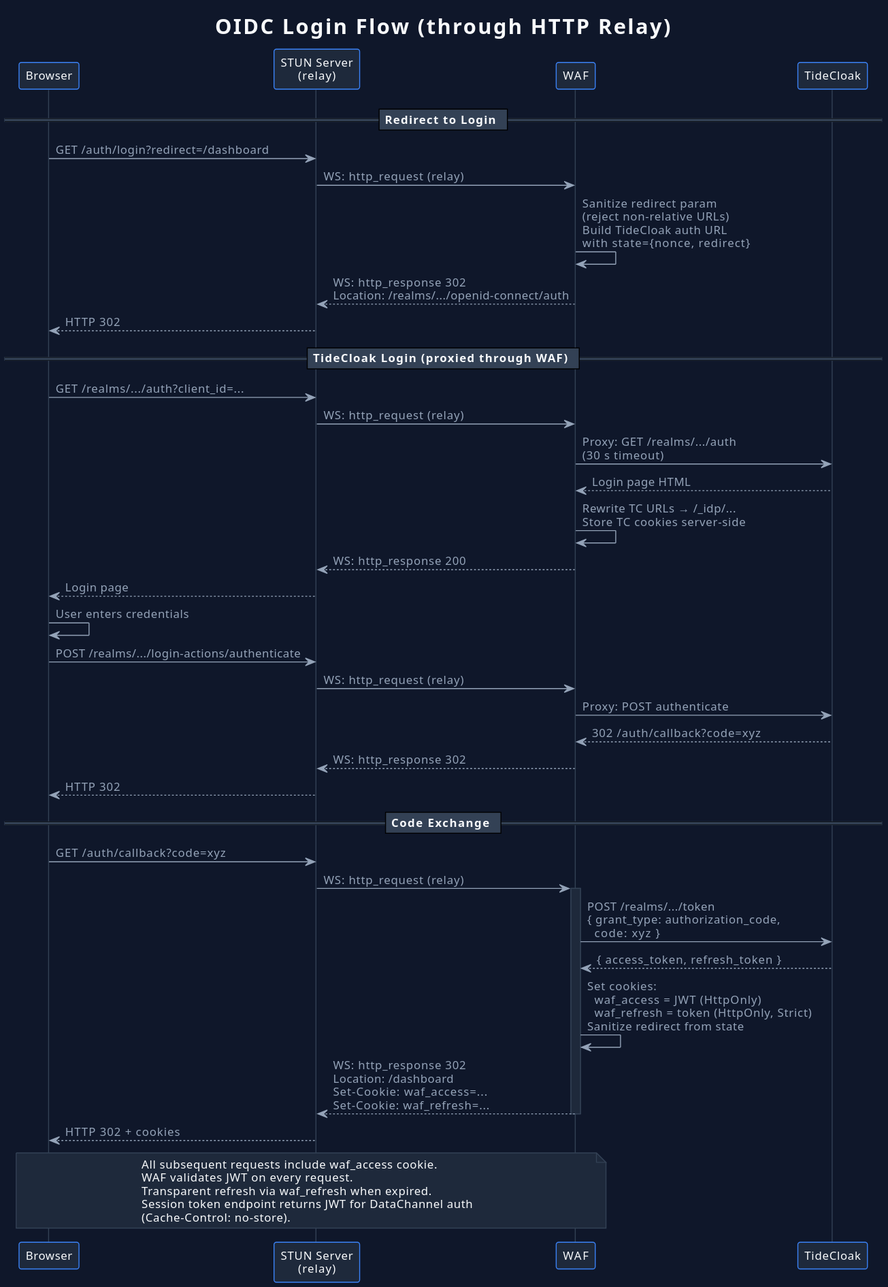
Earlier version of the PlantUML export bridges/punchd-bridge/docs/diagrams/oidc-login.svg (tide-foundation/keylessh-m2).
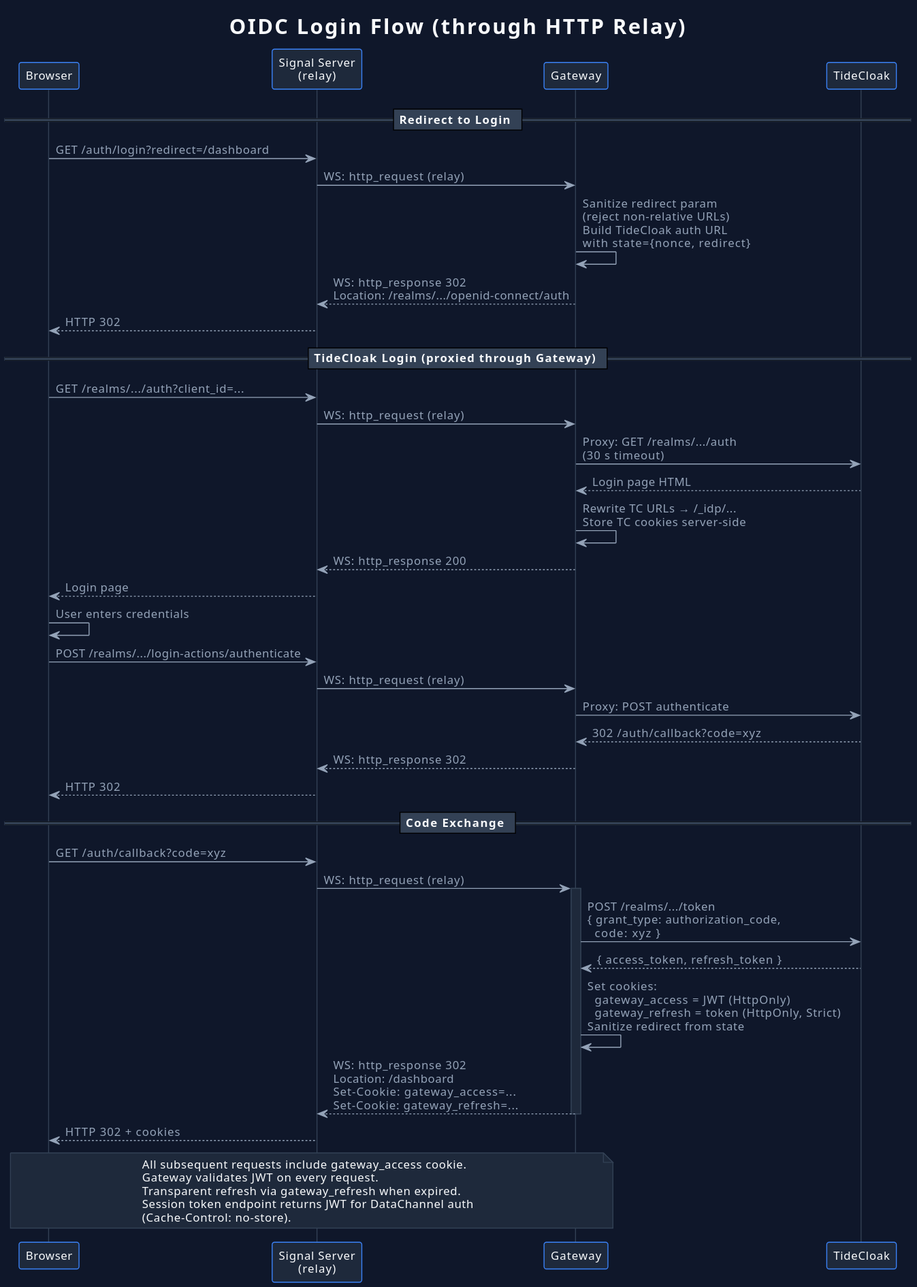
After the commit.

Diff of the diagram source:
```diff
@@ -22,57 +22,57 @@
 }
 
 participant "Browser" as browser #1e293b
-participant "STUN Server\n(relay)" as stun #1e293b
-participant "WAF" as waf #1e293b
+participant "Signal Server\n(relay)" as stun #1e293b
+participant "Gateway" as gw #1e293b
 participant "TideCloak" as tc #1e293b
 
 == Redirect to Login ==
 
 browser -> stun : GET /auth/login?redirect=/dashboard
-stun -> waf : WS: http_request (relay)
-waf -> waf : Sanitize redirect param\n(reject non-relative URLs)\nBuild TideCloak auth URL\nwith state={nonce, redirect}
-waf --> stun : WS: http_response 302\nLocation: /realms/.../openid-connect/auth
+stun -> gw : WS: http_request (relay)
+gw -> gw : Sanitize redirect param\n(reject non-relative URLs)\nBuild TideCloak auth URL\nwith state={nonce, redirect}
+gw --> stun : WS: http_response 302\nLocation: /realms/.../openid-connect/auth
 stun --> browser : HTTP 302
 
-== TideCloak Login (proxied through WAF) ==
+== TideCloak Login (proxied through Gateway) ==
 
 browser -> stun : GET /realms/.../auth?client_id=...
-stun -> waf : WS: http_request (relay)
-waf -> tc : Proxy: GET /realms/.../auth\n(30 s timeout)
-tc --> waf : Login page HTML
-waf -> waf : Rewrite TC URLs → /_idp/...\nStore TC cookies server-side
-waf --> stun : WS: http_response 200
+stun -> gw : WS: http_request (relay)
+gw -> tc : Proxy: GET /realms/.../auth\n(30 s timeout)
+tc --> gw : Login page HTML
+gw -> gw : Rewrite TC URLs → /_idp/...\nStore TC cookies server-side
+gw --> stun : WS: http_response 200
 stun --> browser : Login page
 
 browser -> browser : User enters credentials
 
 browser -> stun : POST /realms/.../login-actions/authenticate
-stun -> waf : WS: http_request (relay)
-waf -> tc : Proxy: POST authenticate
-tc --> waf : 302 /auth/callback?code=xyz
-waf --> stun : WS: http_response 302
+stun -> gw : WS: http_request (relay)
+gw -> tc : Proxy: POST authenticate
+tc --> gw : 302 /auth/callback?code=xyz
+gw --> stun : WS: http_response 302
 stun --> browser : HTTP 302
 
 == Code Exchange ==
 
 browser -> stun : GET /auth/callback?code=xyz
-stun -> waf : WS: http_request (relay)
-activate waf
+stun -> gw : WS: http_request (relay)
+activate gw
 
-waf -> tc : POST /realms/.../token\n{ grant_type: authorization_code,\n  code: xyz }
-tc --> waf : { access_token, refresh_token }
+gw -> tc : POST /realms/.../token\n{ grant_type: authorization_code,\n  code: xyz }
+tc --> gw : { access_token, refresh_token }
 
-waf -> waf : Set cookies:\n  waf_access = JWT (HttpOnly)\n  waf_refresh = token (HttpOnly, Strict)\nSanitize redirect from state
+gw -> gw : Set cookies:\n  gateway_access = JWT (HttpOnly)\n  gateway_refresh = token (HttpOnly, Strict)\nSanitize redirect from state
 
-waf --> stun : WS: http_response 302\nLocation: /dashboard\nSet-Cookie: waf_access=...\nSet-Cookie: waf_refresh=...
-deactivate waf
+gw --> stun : WS: http_response 302\nLocation: /dashboard\nSet-Cookie: gateway_access=...\nSet-Cookie: gateway_refresh=...
+deactivate gw
 
 stun --> browser : HTTP 302 + cookies
 
-note over browser, waf
-  All subsequent requests include waf_access cookie.
-  WAF validates JWT on every request.
-  Transparent refresh via waf_refresh when expired.
+note over browser, gw
+  All subsequent requests include gateway_access cookie.
+  Gateway validates JWT on every request.
+  Transparent refresh via gateway_refresh when expired.
   Session token endpoint returns JWT for DataChannel auth
   (Cache-Control: no-store).
 end note
```
